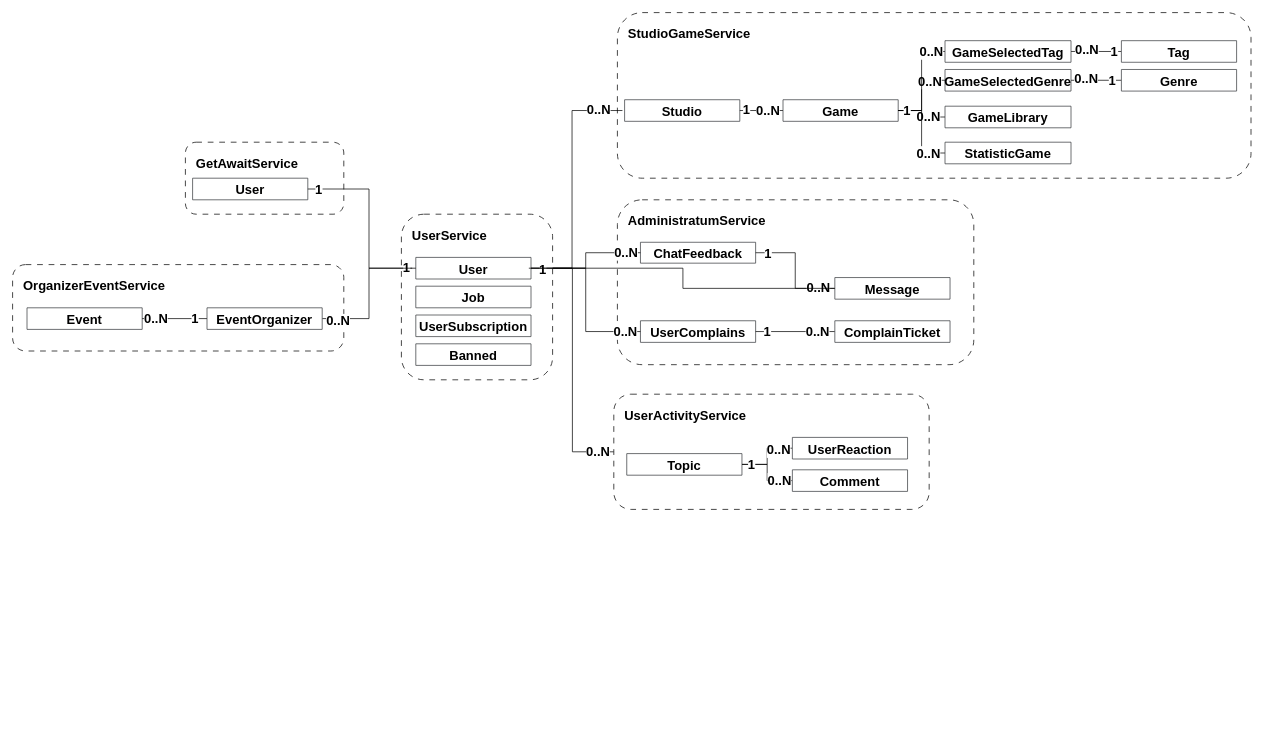
TrondinDS/SNGGame keeps this draw.io diagram as page "ER Global Model" (4 of 4) of doc/bullshit.drawio. Above is the earlier version. Source tidied: cells renumbered, new cells numbered last; positions are measured from the earlier drawing's top-left corner, leaving out a move shared by most shapes. Both pictures are drawn from the tidied source at 72%, with x=0, y=0 at pixel (12, 12).
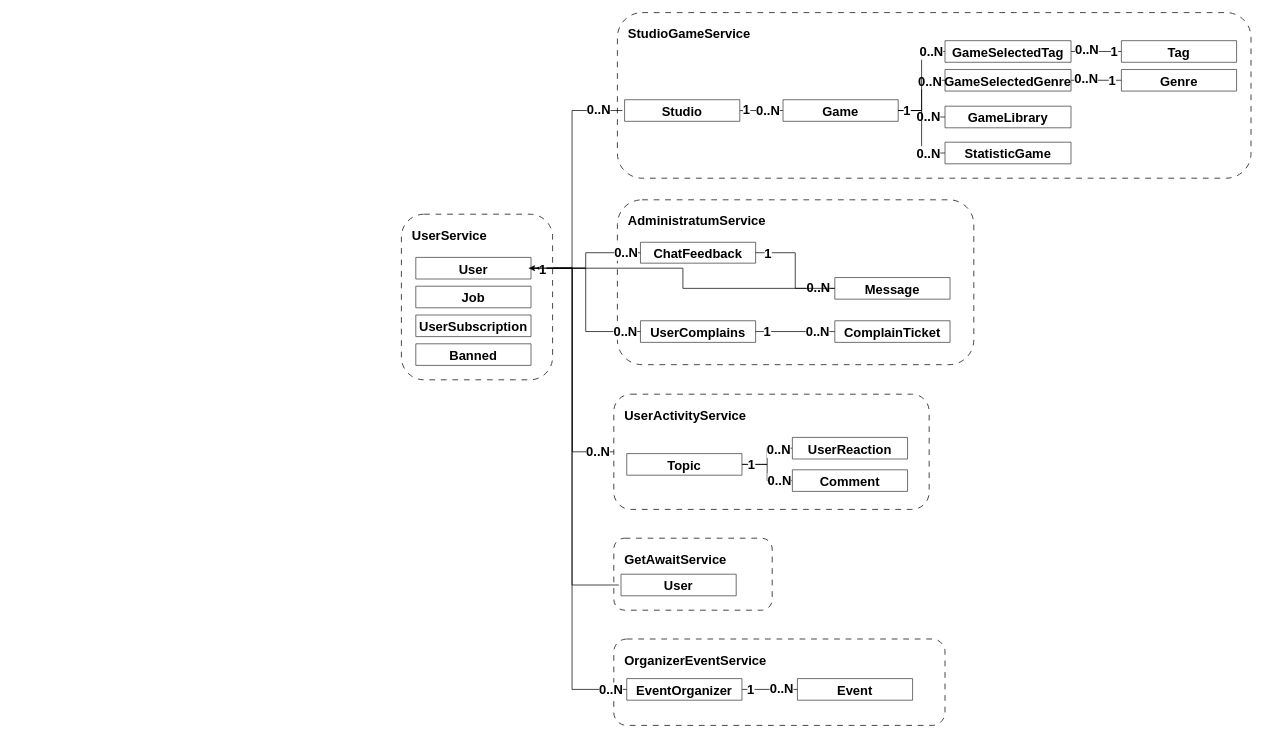
After the change.

Unchanged cells that the change refers to:
```xml
<mxCell id="60" value="User" style="swimlane;fontStyle=1;align=center;verticalAlign=top;horizontal=1;startSize=30;whiteSpace=wrap;html=1;fillColor=#ffffff;strokeColor=#36393d;fontSize=18;" parent="55" vertex="1">
  <mxGeometry x="20" y="60" width="160" height="30" as="geometry" />
</mxCell>
```

Diff of the diagram source:
```diff
@@
     <mxCell id="43" value="GetAwaitService" style="rounded=1;whiteSpace=wrap;html=1;dashed=1;dashPattern=8 8;align=left;verticalAlign=top;spacingTop=0;spacing=15;fontSize=18;fontStyle=1;" parent="1" vertex="1">
-      <mxGeometry x="240" y="180" width="220" height="100" as="geometry" />
+      <mxGeometry x="835" y="730" width="220" height="100" as="geometry" />
     </mxCell>
@@
-    <mxCell id="61" style="edgeStyle=orthogonalEdgeStyle;rounded=0;orthogonalLoop=1;jettySize=auto;html=1;exitX=1;exitY=0.5;exitDx=0;exitDy=0;entryX=0;entryY=0.5;entryDx=0;entryDy=0;endArrow=none;startFill=0;fontSize=18;fontStyle=1;" parent="1" edge="1">
-      <mxGeometry relative="1" as="geometry">
-        <mxPoint x="405" y="245" as="sourcePoint" />
-        <mxPoint x="555" y="355" as="targetPoint" />
-        <Array as="points">
-          <mxPoint x="495" y="245" />
-          <mxPoint x="495" y="355" />
-        </Array>
-      </mxGeometry>
-    </mxCell>
-    <mxCell id="62" value="&lt;font&gt;&lt;span&gt;1&lt;/span&gt;&lt;/font&gt;" style="edgeLabel;html=1;align=center;verticalAlign=middle;fontSize=18;fontStyle=1;" parent="61" vertex="1">
-      <mxGeometry x="-0.82" y="-1" relative="1" as="geometry">
-        <mxPoint x="-4" y="-1" as="offset" />
-      </mxGeometry>
-    </mxCell>
-    <mxCell id="63" value="&lt;span&gt;&lt;font&gt;1&lt;/font&gt;&lt;/span&gt;" style="edgeLabel;html=1;align=center;verticalAlign=middle;fontSize=18;fontStyle=1;" parent="61" vertex="1">
-      <mxGeometry x="0.62" y="1" relative="1" as="geometry">
-        <mxPoint x="40" as="offset" />
-      </mxGeometry>
-    </mxCell>
     <mxCell id="64" value="&lt;span style=&quot;text-align: center;&quot;&gt;OrganizerEventService&lt;/span&gt;" style="rounded=1;whiteSpace=wrap;html=1;dashed=1;dashPattern=8 8;align=left;verticalAlign=top;spacingTop=0;spacing=15;fontSize=18;fontStyle=1;" parent="1" vertex="1">
-      <mxGeometry y="350" width="460" height="120" as="geometry" />
+      <mxGeometry x="835" y="870" width="460" height="120" as="geometry" />
     </mxCell>
     <mxCell id="65" value="Event" style="swimlane;fontStyle=1;align=center;verticalAlign=top;horizontal=1;startSize=30;whiteSpace=wrap;html=1;fillColor=#ffffff;strokeColor=#36393d;fontSize=18;" parent="1" vertex="1">
-      <mxGeometry x="20" y="410" width="160" height="30" as="geometry" />
+      <mxGeometry x="1090" y="925" width="160" height="30" as="geometry" />
     </mxCell>
-    <mxCell id="66" style="edgeStyle=orthogonalEdgeStyle;rounded=0;jettySize=auto;html=1;exitX=0;exitY=0.5;exitDx=0;exitDy=0;entryX=1;entryY=0.5;entryDx=0;entryDy=0;endArrow=none;startFill=0;fontSize=18;fontStyle=1;" parent="1" edge="1" source="71" target="65">
+    <mxCell id="66" style="edgeStyle=orthogonalEdgeStyle;rounded=0;jettySize=auto;html=1;exitX=1;exitY=0.5;exitDx=0;exitDy=0;entryX=0;entryY=0.5;entryDx=0;entryDy=0;endArrow=none;startFill=0;fontSize=18;fontStyle=1;" parent="1" edge="1" source="71" target="65">
       <mxGeometry relative="1" as="geometry" />
     </mxCell>
     <mxCell id="67" value="1" style="edgeLabel;html=1;align=center;verticalAlign=middle;fontSize=18;fontStyle=1;" parent="66" vertex="1">
-      <mxGeometry x="-0.6" relative="1" as="geometry" />
+      <mxGeometry x="-0.6" relative="1" as="geometry">
+        <mxPoint x="-4" as="offset" />
+      </mxGeometry>
     </mxCell>
     <mxCell id="68" value="0..N" style="edgeLabel;html=1;align=center;verticalAlign=middle;fontSize=18;fontStyle=1;" parent="66" vertex="1">
-      <mxGeometry x="0.6" relative="1" as="geometry" />
+      <mxGeometry x="0.6" relative="1" as="geometry">
+        <mxPoint x="-8" y="-1" as="offset" />
+      </mxGeometry>
     </mxCell>
-    <mxCell id="69" style="edgeStyle=orthogonalEdgeStyle;rounded=0;jettySize=auto;html=1;exitX=1;exitY=0.5;exitDx=0;exitDy=0;entryX=0;entryY=0.5;entryDx=0;entryDy=0;endArrow=none;startFill=0;fontSize=18;fontStyle=1;" parent="1" edge="1" source="71" target="60">
-      <mxGeometry relative="1" as="geometry" />
-    </mxCell>
-    <mxCell id="70" value="0..N" style="edgeLabel;html=1;align=center;verticalAlign=middle;fontSize=18;fontStyle=1;" parent="69" vertex="1">
-      <mxGeometry x="-0.87" y="-3" relative="1" as="geometry">
-        <mxPoint x="8" as="offset" />
-      </mxGeometry>
-    </mxCell>
+    <mxCell id="80" style="edgeStyle=orthogonalEdgeStyle;rounded=0;orthogonalLoop=1;jettySize=auto;html=1;exitX=0;exitY=0.5;exitDx=0;exitDy=0;entryX=1;entryY=0.5;entryDx=0;entryDy=0;" parent="1" edge="1">
+      <mxGeometry relative="1" as="geometry">
+        <mxPoint x="860" y="940" as="sourcePoint" />
+        <mxPoint x="727" y="355" as="targetPoint" />
+        <Array as="points">
+          <mxPoint x="777" y="940" />
+          <mxPoint x="777" y="355" />
+        </Array>
+      </mxGeometry>
+    </mxCell>
     <mxCell id="71" value="&lt;div&gt;EventOrganizer&lt;/div&gt;" style="swimlane;fontStyle=1;align=center;verticalAlign=top;horizontal=1;startSize=30;whiteSpace=wrap;html=1;fillColor=#ffffff;strokeColor=#36393d;fontSize=18;" parent="1" vertex="1">
-      <mxGeometry x="270" y="410" width="160" height="30" as="geometry" />
+      <mxGeometry x="853" y="925" width="160" height="30" as="geometry" />
     </mxCell>
+    <mxCell id="81" style="edgeStyle=orthogonalEdgeStyle;rounded=0;orthogonalLoop=1;jettySize=auto;html=1;exitX=0;exitY=0.5;exitDx=0;exitDy=0;entryX=1;entryY=0.5;entryDx=0;entryDy=0;" parent="1" edge="1">
+      <mxGeometry relative="1" as="geometry">
+        <mxPoint x="842" y="795" as="sourcePoint" />
+        <mxPoint x="717" y="355" as="targetPoint" />
+        <Array as="points">
+          <mxPoint x="777" y="795" />
+          <mxPoint x="777" y="355" />
+        </Array>
+      </mxGeometry>
+    </mxCell>
     <mxCell id="72" value="User" style="swimlane;fontStyle=1;align=center;verticalAlign=top;horizontal=1;startSize=30;whiteSpace=wrap;html=1;fillColor=#ffffff;strokeColor=#36393d;fontSize=18;" parent="1" vertex="1">
-      <mxGeometry x="250" y="230" width="160" height="30" as="geometry" />
+      <mxGeometry x="845" y="780" width="160" height="30" as="geometry" />
     </mxCell>
@@
+    <mxCell id="70" value="0..N" style="edgeLabel;html=1;align=center;verticalAlign=middle;fontSize=18;fontStyle=1;" parent="1" vertex="1">
+      <mxGeometry x="830" y="940" as="geometry" />
+    </mxCell>
```
